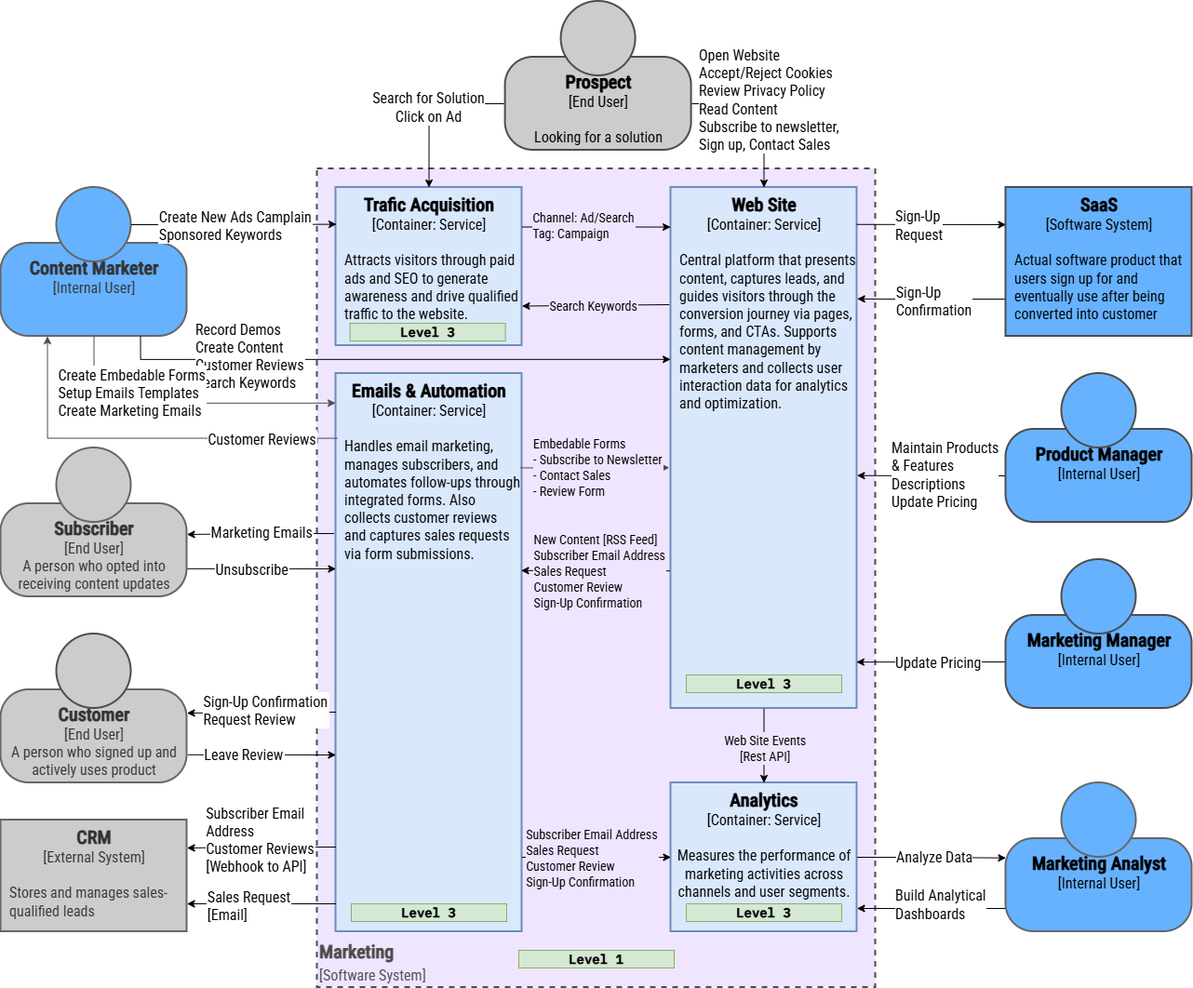
Before: chapter-07/figure-7.18.drawio.png, a diagram exported from draw.io (software-architecture-guild/modeling-software-architecture). Source tidied: cells renumbered, new cells last; positions are measured from the earlier drawing's top-left corner, leaving out a move shared by most shapes.
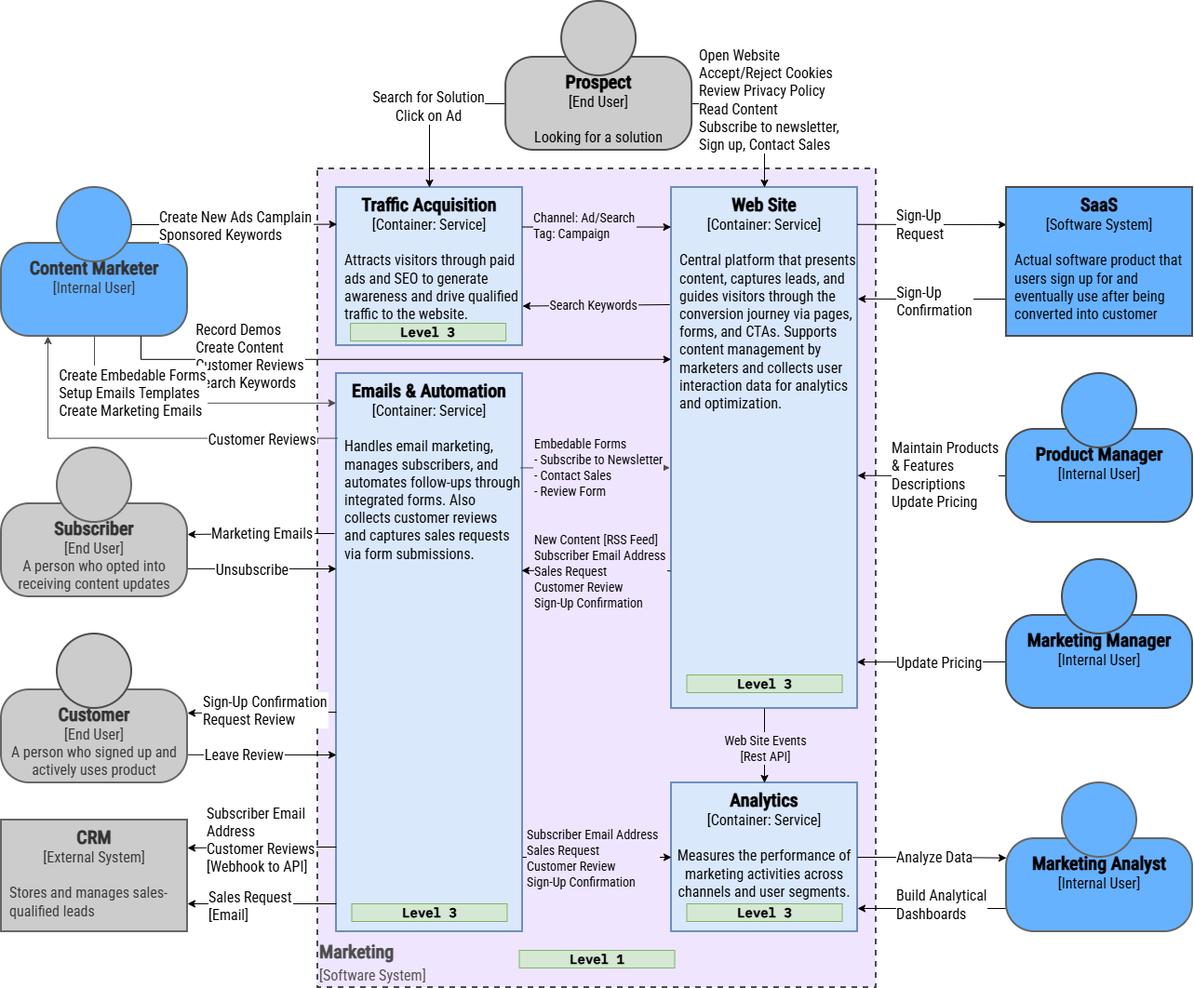
After the commit.

Commit message:
fixed traffic speling

What changed in the source:
```diff
@@ -17,7 +17,7 @@
     <mxCell id="6" value="&lt;font&gt;&lt;b&gt;&lt;font style=&quot;font-size: 20px;&quot;&gt;&lt;span&gt;Analytics&lt;/span&gt;&lt;/font&gt;&lt;/b&gt;&lt;br&gt;&lt;font&gt;[Container: Service]&lt;br&gt;&lt;br&gt;&lt;/font&gt;&lt;/font&gt;&lt;span style=&quot;text-align: left;&quot;&gt;Measures the performance of marketing activities across channels and user segments.&lt;/span&gt;&lt;font&gt;&lt;font&gt;&lt;/font&gt;&lt;/font&gt;" style="rounded=0;whiteSpace=wrap;html=1;strokeWidth=2;fillColor=#dae8fc;strokeColor=#6c8ebf;verticalAlign=top;fontFamily=Roboto Condensed;fontSource=https%3A%2F%2Ffonts.googleapis.com%2Fcss%3Ffamily%3DRoboto%2BCondensed;fontSize=16;fontColor=#000000;" parent="1" vertex="1">
       <mxGeometry x="720" y="840" width="200" height="160" as="geometry" />
     </mxCell>
-    <mxCell id="7" value="&lt;font&gt;&lt;font style=&quot;font-size: 20px;&quot;&gt;&lt;b&gt;&lt;font&gt;&lt;span&gt;Trafic Acquisition&lt;/span&gt;&lt;/font&gt;&lt;/b&gt;&lt;br&gt;&lt;/font&gt;&lt;font&gt;[Container: Service]&lt;/font&gt;&lt;/font&gt;&lt;div&gt;&lt;font&gt;&lt;font&gt;&lt;br&gt;&lt;/font&gt;&lt;/font&gt;&lt;/div&gt;&lt;div style=&quot;text-align: left; padding-left: 8px;&quot;&gt;&lt;font&gt;&lt;font&gt;Attracts visitors through paid ads and SEO to generate awareness and drive qualified traffic to the website.&lt;/font&gt;&lt;/font&gt;&lt;/div&gt;" style="rounded=0;whiteSpace=wrap;html=1;strokeWidth=2;fillColor=#dae8fc;strokeColor=#6c8ebf;verticalAlign=top;fontColor=#000000;fontFamily=Roboto Condensed;fontSource=https%3A%2F%2Ffonts.googleapis.com%2Fcss%3Ffamily%3DRoboto%2BCondensed;fontSize=16;" parent="1" vertex="1">
+    <mxCell id="7" value="&lt;font&gt;&lt;font style=&quot;font-size: 20px;&quot;&gt;&lt;b&gt;&lt;font&gt;&lt;span&gt;Traffic Acquisition&lt;/span&gt;&lt;/font&gt;&lt;/b&gt;&lt;br&gt;&lt;/font&gt;&lt;font&gt;[Container: Service]&lt;/font&gt;&lt;/font&gt;&lt;div&gt;&lt;font&gt;&lt;font&gt;&lt;br&gt;&lt;/font&gt;&lt;/font&gt;&lt;/div&gt;&lt;div style=&quot;text-align: left; padding-left: 8px;&quot;&gt;&lt;font&gt;&lt;font&gt;Attracts visitors through paid ads and SEO to generate awareness and drive qualified traffic to the website.&lt;/font&gt;&lt;/font&gt;&lt;/div&gt;" style="rounded=0;whiteSpace=wrap;html=1;strokeWidth=2;fillColor=#dae8fc;strokeColor=#6c8ebf;verticalAlign=top;fontColor=#000000;fontFamily=Roboto Condensed;fontSource=https%3A%2F%2Ffonts.googleapis.com%2Fcss%3Ffamily%3DRoboto%2BCondensed;fontSize=16;" parent="1" vertex="1">
       <mxGeometry x="360" y="200" width="200" height="170" as="geometry" />
     </mxCell>
     <mxCell id="8" style="edgeStyle=orthogonalEdgeStyle;shape=connector;rounded=0;jettySize=auto;html=1;exitX=1;exitY=0.25;exitDx=0;exitDy=0;strokeColor=#000000;align=center;verticalAlign=middle;fontFamily=IBM Plex Mono;fontSource=https%3A%2F%2Ffonts.googleapis.com%2Fcss%3Ffamily%3DIBM%2BPlex%2BMono;fontSize=11;fontColor=default;labelBackgroundColor=default;endArrow=classic;entryX=-0.002;entryY=0.076;entryDx=0;entryDy=0;entryPerimeter=0;" parent="1" edge="1" source="7" target="4">
```
